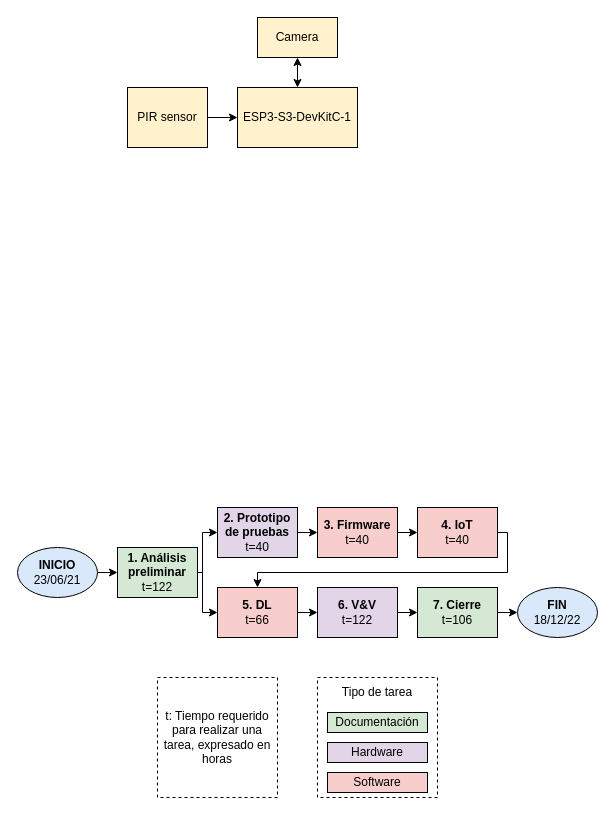
mauriciobarroso/UBA_MSE-6Co2021_GTI_Plan keeps this draw.io diagram as plan_mse.drawio. Above is the earlier version. Source tidied: cells renumbered, new cells numbered last; positions are measured from the earlier drawing's top-left corner, leaving out a move shared by most shapes. Both pictures are drawn from the tidied source at 100%, with x=0, y=0 at pixel (17, 17).
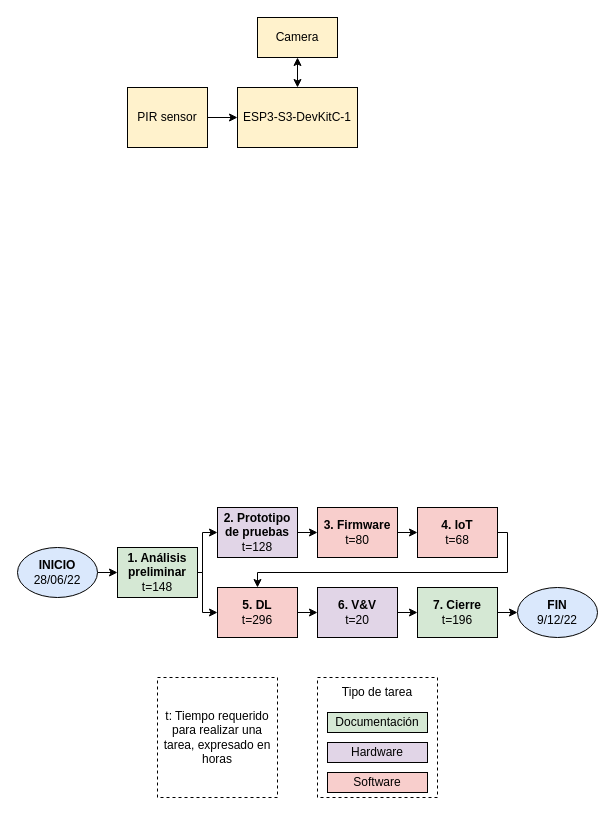
After the change.

Change to the diagram source:
```diff
@@
-    <mxCell id="3" value="&lt;b&gt;INICIO&lt;/b&gt;&lt;br&gt;23/06/21" style="ellipse;whiteSpace=wrap;html=1;fillColor=#dae8fc;" parent="1" vertex="1">
+    <mxCell id="3" value="&lt;b&gt;INICIO&lt;/b&gt;&lt;br&gt;28/06/22" style="ellipse;whiteSpace=wrap;html=1;fillColor=#dae8fc;" parent="1" vertex="1">
       <mxGeometry y="530" width="80" height="50" as="geometry" />
     </mxCell>
@@
-    <mxCell id="6" value="&lt;b&gt;1. Análisis preliminar&lt;/b&gt;&lt;br&gt;t=122" style="rounded=0;whiteSpace=wrap;html=1;fillColor=#d5e8d4;" parent="1" vertex="1">
+    <mxCell id="6" value="&lt;b&gt;1. Análisis preliminar&lt;/b&gt;&lt;br&gt;t=148" style="rounded=0;whiteSpace=wrap;html=1;fillColor=#d5e8d4;" parent="1" vertex="1">
       <mxGeometry x="100" y="530" width="80" height="50" as="geometry" />
     </mxCell>
@@
-    <mxCell id="8" value="&lt;b&gt;2. Prototipo de pruebas&lt;/b&gt;&lt;br&gt;t=40" style="rounded=0;whiteSpace=wrap;html=1;fillColor=#e1d5e7;strokeColor=default;" parent="1" vertex="1">
+    <mxCell id="8" value="&lt;b&gt;2. Prototipo de pruebas&lt;/b&gt;&lt;br&gt;t=128" style="rounded=0;whiteSpace=wrap;html=1;fillColor=#e1d5e7;strokeColor=default;" parent="1" vertex="1">
       <mxGeometry x="200" y="490" width="80" height="50" as="geometry" />
     </mxCell>
@@
-    <mxCell id="10" value="&lt;b&gt;5. DL&lt;/b&gt;&lt;br&gt;t=66" style="rounded=0;whiteSpace=wrap;html=1;fillColor=#f8cecc;" parent="1" vertex="1">
+    <mxCell id="10" value="&lt;b&gt;5. DL&lt;/b&gt;&lt;br&gt;t=296" style="rounded=0;whiteSpace=wrap;html=1;fillColor=#f8cecc;" parent="1" vertex="1">
       <mxGeometry x="200" y="570" width="80" height="50" as="geometry" />
     </mxCell>
@@
-    <mxCell id="18" value="&lt;b&gt;3. Firmware&lt;/b&gt;&lt;br&gt;t=40" style="rounded=0;whiteSpace=wrap;html=1;fillColor=#f8cecc;strokeColor=default;" parent="1" vertex="1">
+    <mxCell id="18" value="&lt;b&gt;3. Firmware&lt;/b&gt;&lt;br&gt;t=80" style="rounded=0;whiteSpace=wrap;html=1;fillColor=#f8cecc;strokeColor=default;" parent="1" vertex="1">
       <mxGeometry x="300" y="490" width="80" height="50" as="geometry" />
     </mxCell>
@@
-    <mxCell id="20" value="&lt;b&gt;4. IoT&lt;/b&gt;&lt;br&gt;t=40" style="rounded=0;whiteSpace=wrap;html=1;fillColor=#f8cecc;strokeColor=default;" parent="1" vertex="1">
+    <mxCell id="20" value="&lt;b&gt;4. IoT&lt;/b&gt;&lt;br&gt;t=68" style="rounded=0;whiteSpace=wrap;html=1;fillColor=#f8cecc;strokeColor=default;" parent="1" vertex="1">
       <mxGeometry x="400" y="490" width="80" height="50" as="geometry" />
     </mxCell>
@@
-    <mxCell id="22" value="&lt;b&gt;6. V&amp;amp;V&lt;br&gt;&lt;/b&gt;t=122" style="rounded=0;whiteSpace=wrap;html=1;fillColor=#e1d5e7;strokeColor=default;" parent="1" vertex="1">
+    <mxCell id="22" value="&lt;b&gt;6. V&amp;amp;V&lt;br&gt;&lt;/b&gt;t=20" style="rounded=0;whiteSpace=wrap;html=1;fillColor=#e1d5e7;strokeColor=default;" parent="1" vertex="1">
       <mxGeometry x="300" y="570" width="80" height="50" as="geometry" />
     </mxCell>
@@
-    <mxCell id="24" value="&lt;b&gt;7. Cierre&lt;/b&gt;&lt;br&gt;t=106" style="rounded=0;whiteSpace=wrap;html=1;fillColor=#d5e8d4;" parent="1" vertex="1">
+    <mxCell id="24" value="&lt;b&gt;7. Cierre&lt;/b&gt;&lt;br&gt;t=196" style="rounded=0;whiteSpace=wrap;html=1;fillColor=#d5e8d4;" parent="1" vertex="1">
       <mxGeometry x="400" y="570" width="80" height="50" as="geometry" />
     </mxCell>
-    <mxCell id="25" value="&lt;b&gt;FIN&lt;/b&gt;&lt;br&gt;18/12/22" style="ellipse;whiteSpace=wrap;html=1;fillColor=#dae8fc;" parent="1" vertex="1">
+    <mxCell id="25" value="&lt;b&gt;FIN&lt;/b&gt;&lt;br&gt;9/12/22" style="ellipse;whiteSpace=wrap;html=1;fillColor=#dae8fc;" parent="1" vertex="1">
       <mxGeometry x="500" y="570" width="80" height="50" as="geometry" />
     </mxCell>
```
